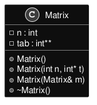
kluchoo/Matrix keeps this PlantUML diagram as inline_umlgraph_1.png. Above is the earlier version.
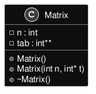
Above is the later version.

Diff of the diagram source:
```diff
@@ -7,7 +7,6 @@
 -tab : int**
 +Matrix()
 +Matrix(int n, int* t)
-+Matrix(Matrix& m)
 +~Matrix()
 
 }
```
